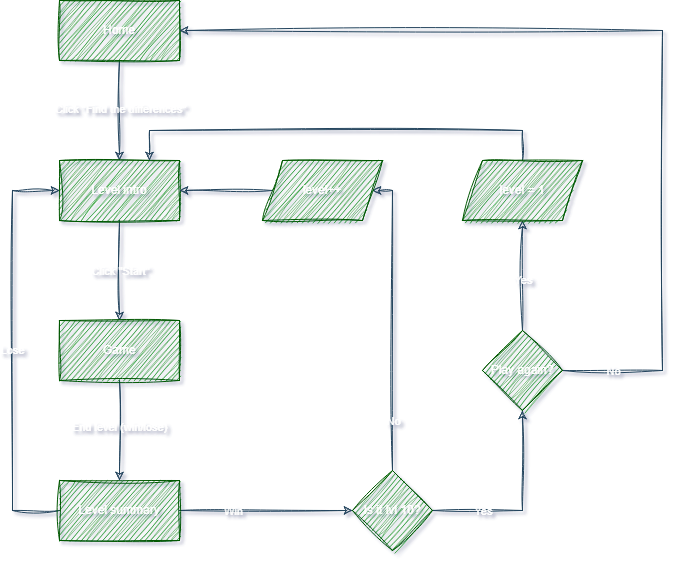
Before: flowchart.png, a diagram exported from draw.io (vasilyoshev/ai-assistant). Source tidied: cells renumbered, new cells last; positions are measured from the earlier drawing's top-left corner, leaving out a move shared by most shapes.
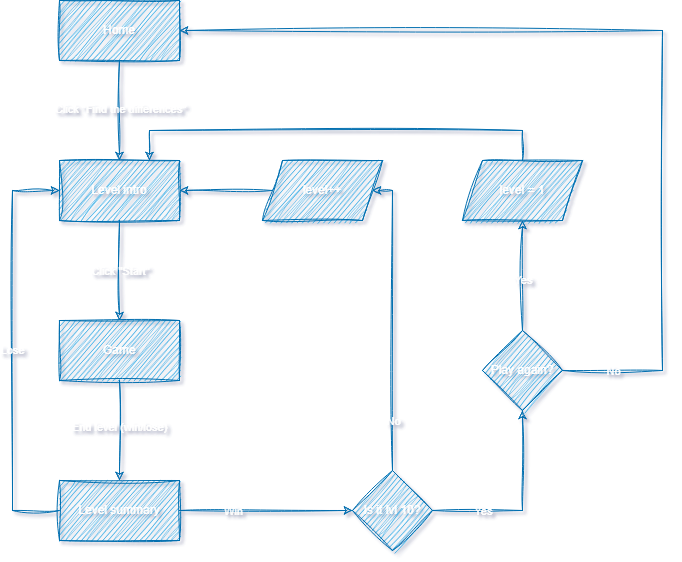
The same diagram one commit later.

Diff of the diagram source:
```diff
@@ -2,34 +2,34 @@
   <root>
     <mxCell id="0" />
     <mxCell id="1" parent="0" />
-    <mxCell id="2" style="edgeStyle=orthogonalEdgeStyle;rounded=0;jettySize=auto;html=1;labelBackgroundColor=none;fontColor=default;strokeColor=#23445D;sketch=1;curveFitting=1;jiggle=2;strokeWidth=1;" parent="1" edge="1" source="4" target="7">
+    <mxCell id="2" style="edgeStyle=orthogonalEdgeStyle;rounded=0;jettySize=auto;html=1;labelBackgroundColor=none;fontColor=default;strokeColor=#006EAF;sketch=1;curveFitting=1;jiggle=2;strokeWidth=1;fillColor=#1ba1e2;" parent="1" edge="1" source="4" target="7">
       <mxGeometry relative="1" as="geometry" />
     </mxCell>
     <mxCell id="3" value="Click &quot;Find the differences&quot;" style="edgeLabel;html=1;align=center;verticalAlign=middle;labelBackgroundColor=none;rounded=0;fontColor=#FFFFFF;sketch=1;curveFitting=1;jiggle=2;" parent="2" vertex="1">
       <mxGeometry x="-0.04" relative="1" as="geometry" />
     </mxCell>
-    <mxCell id="4" value="Home" style="rounded=0;whiteSpace=wrap;html=1;labelBackgroundColor=none;strokeWidth=1;perimeterSpacing=0;sketch=1;curveFitting=1;jiggle=2;fillColor=#008a00;fontColor=#ffffff;strokeColor=#005700;" parent="1" vertex="1">
+    <mxCell id="4" value="Home" style="rounded=0;whiteSpace=wrap;html=1;labelBackgroundColor=none;strokeWidth=1;perimeterSpacing=0;sketch=1;curveFitting=1;jiggle=2;fillColor=#1ba1e2;fontColor=#ffffff;strokeColor=#006EAF;" parent="1" vertex="1">
       <mxGeometry x="47" width="120" height="60" as="geometry" />
     </mxCell>
-    <mxCell id="5" style="edgeStyle=orthogonalEdgeStyle;rounded=0;jettySize=auto;html=1;exitX=0.5;exitY=1;exitDx=0;exitDy=0;entryX=0.5;entryY=0;entryDx=0;entryDy=0;labelBackgroundColor=none;fontColor=default;strokeColor=#23445D;sketch=1;curveFitting=1;jiggle=2;strokeWidth=1;" parent="1" edge="1" source="7" target="10">
+    <mxCell id="5" style="edgeStyle=orthogonalEdgeStyle;rounded=0;jettySize=auto;html=1;exitX=0.5;exitY=1;exitDx=0;exitDy=0;entryX=0.5;entryY=0;entryDx=0;entryDy=0;labelBackgroundColor=none;fontColor=default;strokeColor=#006EAF;sketch=1;curveFitting=1;jiggle=2;strokeWidth=1;fillColor=#1ba1e2;" parent="1" edge="1" source="7" target="10">
       <mxGeometry relative="1" as="geometry" />
     </mxCell>
     <mxCell id="6" value="Click &quot;Start&quot;" style="edgeLabel;html=1;align=center;verticalAlign=middle;labelBackgroundColor=none;rounded=0;fontColor=#FFFFFF;sketch=1;curveFitting=1;jiggle=2;" parent="5" vertex="1">
       <mxGeometry relative="1" as="geometry" />
     </mxCell>
-    <mxCell id="7" value="Level intro" style="rounded=0;whiteSpace=wrap;html=1;labelBackgroundColor=none;strokeWidth=1;sketch=1;curveFitting=1;jiggle=2;fillColor=#008a00;fontColor=#ffffff;strokeColor=#005700;" parent="1" vertex="1">
+    <mxCell id="7" value="Level intro" style="rounded=0;whiteSpace=wrap;html=1;labelBackgroundColor=none;strokeWidth=1;sketch=1;curveFitting=1;jiggle=2;fillColor=#1ba1e2;fontColor=#ffffff;strokeColor=#006EAF;" parent="1" vertex="1">
       <mxGeometry x="47" y="160" width="120" height="60" as="geometry" />
     </mxCell>
-    <mxCell id="8" style="edgeStyle=orthogonalEdgeStyle;rounded=0;jettySize=auto;html=1;entryX=0.5;entryY=0;entryDx=0;entryDy=0;labelBackgroundColor=none;fontColor=default;strokeColor=#23445D;sketch=1;curveFitting=1;jiggle=2;strokeWidth=1;" parent="1" edge="1" source="10" target="15">
+    <mxCell id="8" style="edgeStyle=orthogonalEdgeStyle;rounded=0;jettySize=auto;html=1;entryX=0.5;entryY=0;entryDx=0;entryDy=0;labelBackgroundColor=none;fontColor=default;strokeColor=#006EAF;sketch=1;curveFitting=1;jiggle=2;strokeWidth=1;fillColor=#1ba1e2;" parent="1" edge="1" source="10" target="15">
       <mxGeometry relative="1" as="geometry" />
     </mxCell>
     <mxCell id="9" value="End level (win/lose)" style="edgeLabel;html=1;align=center;verticalAlign=middle;labelBackgroundColor=none;rounded=0;fontColor=#FFFFFF;sketch=1;curveFitting=1;jiggle=2;" parent="8" vertex="1">
       <mxGeometry x="-0.08" y="-1" relative="1" as="geometry" />
     </mxCell>
-    <mxCell id="10" value="Game" style="rounded=0;whiteSpace=wrap;html=1;labelBackgroundColor=none;strokeWidth=1;sketch=1;curveFitting=1;jiggle=2;fillColor=#008a00;fontColor=#ffffff;strokeColor=#005700;" parent="1" vertex="1">
+    <mxCell id="10" value="Game" style="rounded=0;whiteSpace=wrap;html=1;labelBackgroundColor=none;strokeWidth=1;sketch=1;curveFitting=1;jiggle=2;fillColor=#1ba1e2;fontColor=#ffffff;strokeColor=#006EAF;" parent="1" vertex="1">
       <mxGeometry x="47" y="320" width="120" height="60" as="geometry" />
     </mxCell>
-    <mxCell id="11" style="edgeStyle=orthogonalEdgeStyle;rounded=0;jettySize=auto;html=1;entryX=0;entryY=0.5;entryDx=0;entryDy=0;labelBackgroundColor=none;fontColor=default;strokeColor=#23445D;sketch=1;curveFitting=1;jiggle=2;strokeWidth=1;" parent="1" edge="1" source="15" target="7">
+    <mxCell id="11" style="edgeStyle=orthogonalEdgeStyle;rounded=0;jettySize=auto;html=1;entryX=0;entryY=0.5;entryDx=0;entryDy=0;labelBackgroundColor=none;fontColor=default;strokeColor=#006EAF;sketch=1;curveFitting=1;jiggle=2;strokeWidth=1;fillColor=#1ba1e2;" parent="1" edge="1" source="15" target="7">
       <mxGeometry relative="1" as="geometry">
         <Array as="points">
           <mxPoint y="510" />
@@ -40,7 +40,7 @@
     <mxCell id="12" value="Lose" style="edgeLabel;html=1;align=center;verticalAlign=middle;labelBackgroundColor=none;rounded=0;fontColor=#FFFFFF;sketch=1;curveFitting=1;jiggle=2;" parent="11" vertex="1">
       <mxGeometry x="0.01" y="1" relative="1" as="geometry" />
     </mxCell>
-    <mxCell id="13" style="edgeStyle=orthogonalEdgeStyle;rounded=0;jettySize=auto;html=1;exitX=1;exitY=0.5;exitDx=0;exitDy=0;labelBackgroundColor=none;fontColor=default;strokeColor=#23445D;sketch=1;curveFitting=1;jiggle=2;strokeWidth=1;" parent="1" edge="1" source="15" target="20">
+    <mxCell id="13" style="edgeStyle=orthogonalEdgeStyle;rounded=0;jettySize=auto;html=1;exitX=1;exitY=0.5;exitDx=0;exitDy=0;labelBackgroundColor=none;fontColor=default;strokeColor=#006EAF;sketch=1;curveFitting=1;jiggle=2;strokeWidth=1;fillColor=#1ba1e2;" parent="1" edge="1" source="15" target="20">
       <mxGeometry relative="1" as="geometry" />
     </mxCell>
     <mxCell id="14" value="Win" style="edgeLabel;html=1;align=center;verticalAlign=middle;labelBackgroundColor=none;rounded=0;fontColor=#FFFFFF;sketch=1;curveFitting=1;jiggle=2;" parent="13" vertex="1">
@@ -48,10 +48,10 @@
         <mxPoint x="-16" y="-1" as="offset" />
       </mxGeometry>
     </mxCell>
-    <mxCell id="15" value="Level summary" style="rounded=0;whiteSpace=wrap;html=1;labelBackgroundColor=none;strokeWidth=1;sketch=1;curveFitting=1;jiggle=2;fillColor=#008a00;fontColor=#ffffff;strokeColor=#005700;" parent="1" vertex="1">
+    <mxCell id="15" value="Level summary" style="rounded=0;whiteSpace=wrap;html=1;labelBackgroundColor=none;strokeWidth=1;sketch=1;curveFitting=1;jiggle=2;fillColor=#1ba1e2;fontColor=#ffffff;strokeColor=#006EAF;" parent="1" vertex="1">
       <mxGeometry x="47" y="480" width="120" height="60" as="geometry" />
     </mxCell>
-    <mxCell id="16" style="edgeStyle=orthogonalEdgeStyle;rounded=0;jettySize=auto;html=1;exitX=0.5;exitY=0;exitDx=0;exitDy=0;entryX=1;entryY=0.5;entryDx=0;entryDy=0;labelBackgroundColor=none;fontColor=default;strokeColor=#23445D;sketch=1;curveFitting=1;jiggle=2;strokeWidth=1;" parent="1" edge="1" source="20" target="22">
+    <mxCell id="16" style="edgeStyle=orthogonalEdgeStyle;rounded=0;jettySize=auto;html=1;exitX=0.5;exitY=0;exitDx=0;exitDy=0;entryX=1;entryY=0.5;entryDx=0;entryDy=0;labelBackgroundColor=none;fontColor=default;strokeColor=#006EAF;sketch=1;curveFitting=1;jiggle=2;strokeWidth=1;fillColor=#1ba1e2;" parent="1" edge="1" source="20" target="22">
       <mxGeometry relative="1" as="geometry">
         <Array as="points">
           <mxPoint x="380" y="190" />
@@ -63,7 +63,7 @@
         <mxPoint x="2" y="143" as="offset" />
       </mxGeometry>
     </mxCell>
-    <mxCell id="18" style="edgeStyle=orthogonalEdgeStyle;rounded=0;jettySize=auto;html=1;entryX=0.5;entryY=1;entryDx=0;entryDy=0;labelBackgroundColor=none;fontColor=default;strokeColor=#23445D;sketch=1;curveFitting=1;jiggle=2;strokeWidth=1;" parent="1" edge="1" source="20" target="27">
+    <mxCell id="18" style="edgeStyle=orthogonalEdgeStyle;rounded=0;jettySize=auto;html=1;entryX=0.5;entryY=1;entryDx=0;entryDy=0;labelBackgroundColor=none;fontColor=default;strokeColor=#006EAF;sketch=1;curveFitting=1;jiggle=2;strokeWidth=1;fillColor=#1ba1e2;" parent="1" edge="1" source="20" target="27">
       <mxGeometry relative="1" as="geometry" />
     </mxCell>
     <mxCell id="19" value="Yes" style="edgeLabel;html=1;align=center;verticalAlign=middle;labelBackgroundColor=none;rounded=0;fontColor=#FFFFFF;sketch=1;curveFitting=1;jiggle=2;" parent="18" vertex="1">
@@ -71,16 +71,16 @@
         <mxPoint x="-40" y="3" as="offset" />
       </mxGeometry>
     </mxCell>
-    <mxCell id="20" value="Is it lvl 10?" style="rhombus;whiteSpace=wrap;html=1;labelBackgroundColor=none;rounded=0;strokeWidth=1;sketch=1;curveFitting=1;jiggle=2;fillColor=#008a00;fontColor=#ffffff;strokeColor=#005700;" parent="1" vertex="1">
+    <mxCell id="20" value="Is it lvl 10?" style="rhombus;whiteSpace=wrap;html=1;labelBackgroundColor=none;rounded=0;strokeWidth=1;sketch=1;curveFitting=1;jiggle=2;fillColor=#1ba1e2;fontColor=#ffffff;strokeColor=#006EAF;" parent="1" vertex="1">
       <mxGeometry x="340" y="470" width="80" height="80" as="geometry" />
     </mxCell>
-    <mxCell id="21" style="edgeStyle=orthogonalEdgeStyle;rounded=0;jettySize=auto;html=1;labelBackgroundColor=none;fontColor=default;strokeColor=#23445D;sketch=1;curveFitting=1;jiggle=2;strokeWidth=1;" parent="1" edge="1" source="22" target="7">
+    <mxCell id="21" style="edgeStyle=orthogonalEdgeStyle;rounded=0;jettySize=auto;html=1;labelBackgroundColor=none;fontColor=default;strokeColor=#006EAF;sketch=1;curveFitting=1;jiggle=2;strokeWidth=1;fillColor=#1ba1e2;" parent="1" edge="1" source="22" target="7">
       <mxGeometry relative="1" as="geometry" />
     </mxCell>
-    <mxCell id="22" value="level++" style="shape=parallelogram;perimeter=parallelogramPerimeter;whiteSpace=wrap;html=1;fixedSize=1;labelBackgroundColor=none;rounded=0;strokeWidth=1;sketch=1;curveFitting=1;jiggle=2;fillColor=#008a00;fontColor=#ffffff;strokeColor=#005700;" parent="1" vertex="1">
+    <mxCell id="22" value="level++" style="shape=parallelogram;perimeter=parallelogramPerimeter;whiteSpace=wrap;html=1;fixedSize=1;labelBackgroundColor=none;rounded=0;strokeWidth=1;sketch=1;curveFitting=1;jiggle=2;fillColor=#1ba1e2;fontColor=#ffffff;strokeColor=#006EAF;" parent="1" vertex="1">
       <mxGeometry x="250" y="160" width="120" height="60" as="geometry" />
     </mxCell>
-    <mxCell id="23" style="edgeStyle=orthogonalEdgeStyle;rounded=0;jettySize=auto;html=1;entryX=0.5;entryY=1;entryDx=0;entryDy=0;labelBackgroundColor=none;fontColor=default;strokeColor=#23445D;sketch=1;curveFitting=1;jiggle=2;strokeWidth=1;" parent="1" edge="1" source="27" target="29">
+    <mxCell id="23" style="edgeStyle=orthogonalEdgeStyle;rounded=0;jettySize=auto;html=1;entryX=0.5;entryY=1;entryDx=0;entryDy=0;labelBackgroundColor=none;fontColor=default;strokeColor=#006EAF;sketch=1;curveFitting=1;jiggle=2;strokeWidth=1;fillColor=#1ba1e2;" parent="1" edge="1" source="27" target="29">
       <mxGeometry relative="1" as="geometry" />
     </mxCell>
     <mxCell id="24" value="Yes" style="edgeLabel;html=1;align=center;verticalAlign=middle;labelBackgroundColor=none;rounded=0;fontColor=#FFFFFF;sketch=1;curveFitting=1;jiggle=2;" parent="23" vertex="1">
@@ -88,7 +88,7 @@
         <mxPoint y="4" as="offset" />
       </mxGeometry>
     </mxCell>
-    <mxCell id="25" style="edgeStyle=orthogonalEdgeStyle;rounded=0;jettySize=auto;html=1;entryX=1;entryY=0.5;entryDx=0;entryDy=0;labelBackgroundColor=none;fontColor=default;strokeColor=#23445D;sketch=1;curveFitting=1;jiggle=2;strokeWidth=1;" parent="1" edge="1" source="27" target="4">
+    <mxCell id="25" style="edgeStyle=orthogonalEdgeStyle;rounded=0;jettySize=auto;html=1;entryX=1;entryY=0.5;entryDx=0;entryDy=0;labelBackgroundColor=none;fontColor=default;strokeColor=#006EAF;sketch=1;curveFitting=1;jiggle=2;strokeWidth=1;fillColor=#1ba1e2;" parent="1" edge="1" source="27" target="4">
       <mxGeometry relative="1" as="geometry">
         <Array as="points">
           <mxPoint x="650" y="370" />
@@ -101,10 +101,10 @@
         <mxPoint x="-51" y="158" as="offset" />
       </mxGeometry>
     </mxCell>
-    <mxCell id="27" value="Play again?" style="rhombus;whiteSpace=wrap;html=1;labelBackgroundColor=none;rounded=0;strokeWidth=1;sketch=1;curveFitting=1;jiggle=2;fillColor=#008a00;fontColor=#ffffff;strokeColor=#005700;" parent="1" vertex="1">
+    <mxCell id="27" value="Play again?" style="rhombus;whiteSpace=wrap;html=1;labelBackgroundColor=none;rounded=0;strokeWidth=1;sketch=1;curveFitting=1;jiggle=2;fillColor=#1ba1e2;fontColor=#ffffff;strokeColor=#006EAF;" parent="1" vertex="1">
       <mxGeometry x="470" y="330" width="80" height="80" as="geometry" />
     </mxCell>
-    <mxCell id="28" style="edgeStyle=orthogonalEdgeStyle;rounded=0;jettySize=auto;html=1;entryX=0.75;entryY=0;entryDx=0;entryDy=0;labelBackgroundColor=none;fontColor=default;strokeColor=#23445D;sketch=1;curveFitting=1;jiggle=2;strokeWidth=1;" parent="1" edge="1" source="29" target="7">
+    <mxCell id="28" style="edgeStyle=orthogonalEdgeStyle;rounded=0;jettySize=auto;html=1;entryX=0.75;entryY=0;entryDx=0;entryDy=0;labelBackgroundColor=none;fontColor=default;strokeColor=#006EAF;sketch=1;curveFitting=1;jiggle=2;strokeWidth=1;fillColor=#1ba1e2;" parent="1" edge="1" source="29" target="7">
       <mxGeometry relative="1" as="geometry">
         <Array as="points">
           <mxPoint x="510" y="130" />
@@ -112,7 +112,7 @@
         </Array>
       </mxGeometry>
     </mxCell>
-    <mxCell id="29" value="level = 1" style="shape=parallelogram;perimeter=parallelogramPerimeter;whiteSpace=wrap;html=1;fixedSize=1;labelBackgroundColor=none;rounded=0;strokeWidth=1;sketch=1;curveFitting=1;jiggle=2;fillColor=#008a00;fontColor=#ffffff;strokeColor=#005700;" parent="1" vertex="1">
+    <mxCell id="29" value="level = 1" style="shape=parallelogram;perimeter=parallelogramPerimeter;whiteSpace=wrap;html=1;fixedSize=1;labelBackgroundColor=none;rounded=0;strokeWidth=1;sketch=1;curveFitting=1;jiggle=2;fillColor=#1ba1e2;fontColor=#ffffff;strokeColor=#006EAF;" parent="1" vertex="1">
       <mxGeometry x="450" y="160" width="120" height="60" as="geometry" />
     </mxCell>
   </root>
```
